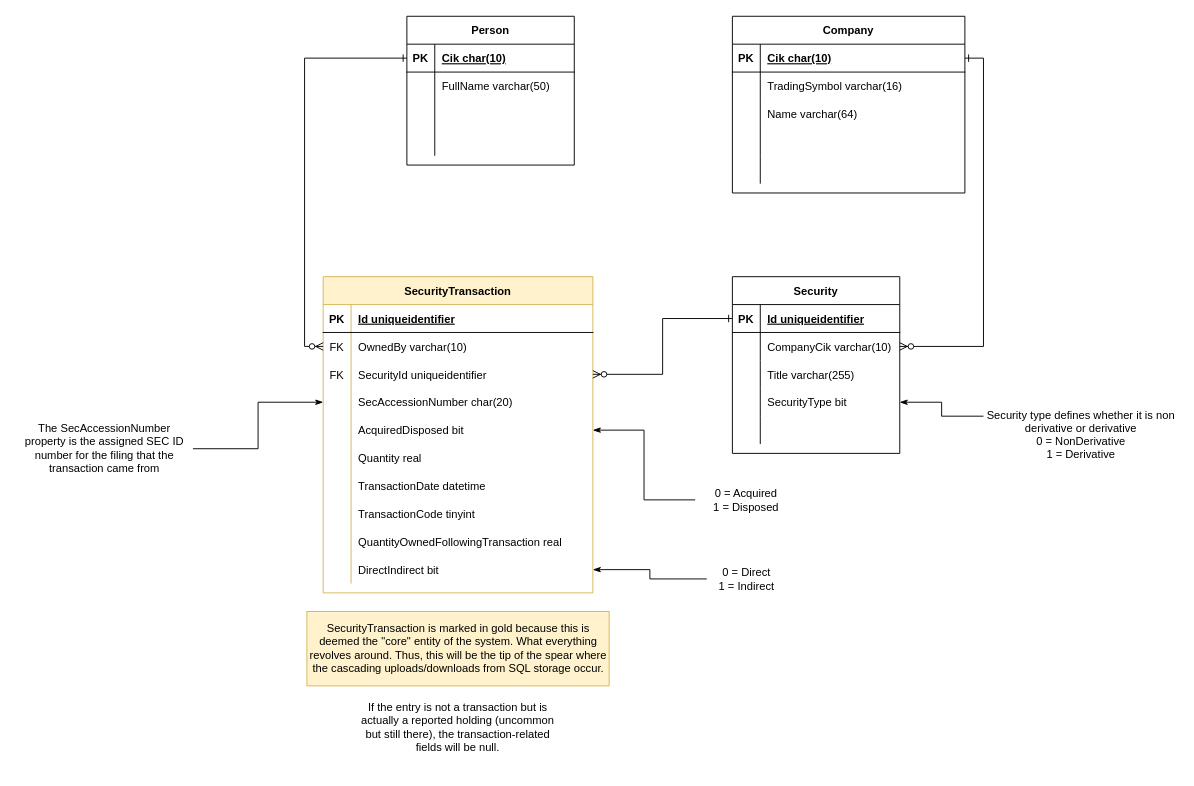
Above: AletheiaErd.drawio in TimHanewich/Aletheia-Engine-Library (draw.io), before the change. Source tidied: cells renumbered, new cells numbered last; positions are measured from the earlier drawing's top-left corner, leaving out a move shared by most shapes. Both pictures are drawn from the tidied source at 93%, with x=0, y=0 at pixel (16, 16).
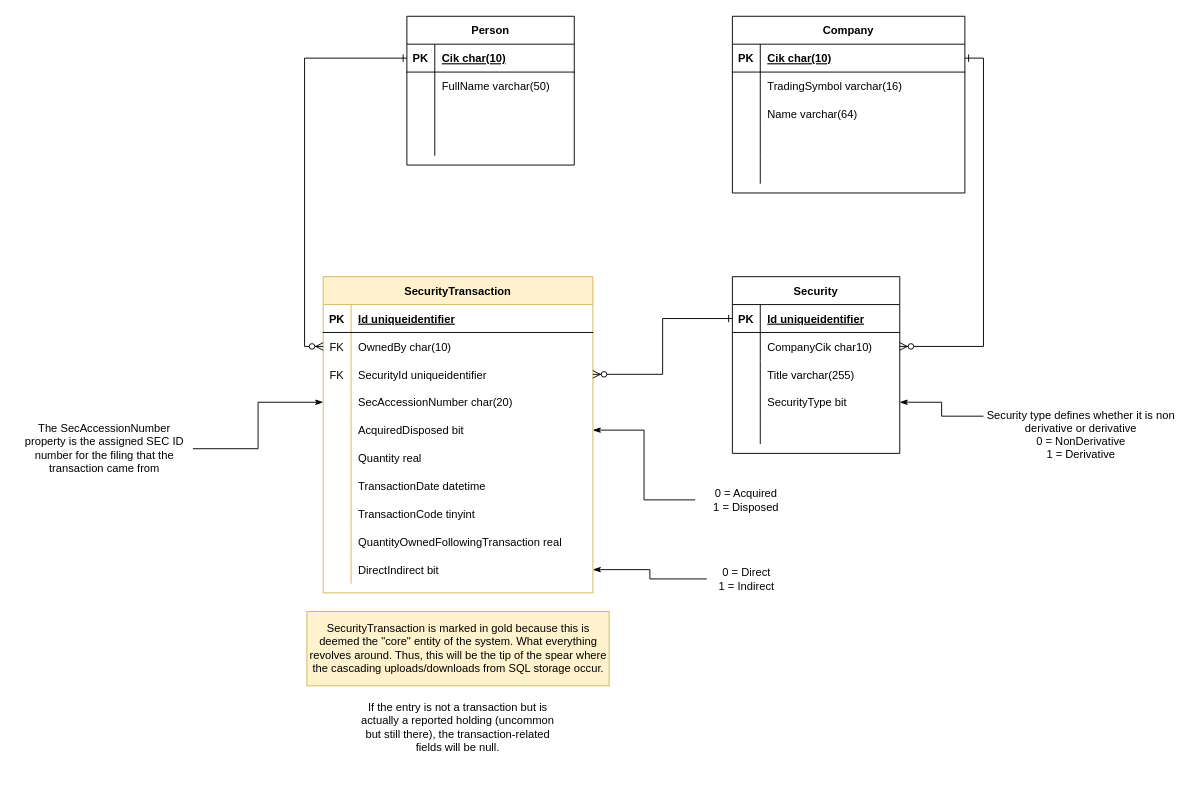
The same page after the edit.

Commit message:
Updated FK in Security Transaction and Security

Unchanged cells that the change refers to:
```xml
<mxCell id="35" style="shape=partialRectangle;fillColor=none;top=0;left=0;bottom=0;right=0;points=[[0,0.5],[1,0.5]];portConstraint=eastwest;" parent="31" vertex="1">
  <mxGeometry y="60" width="180" height="30" as="geometry" />
</mxCell>
<mxCell id="51" style="shape=partialRectangle;fillColor=none;top=0;left=0;bottom=0;right=0;points=[[0,0.5],[1,0.5]];portConstraint=eastwest;" parent="47" vertex="1">
  <mxGeometry y="60" width="290" height="30" as="geometry" />
</mxCell>
```

The edit, as a diff of the source:
```diff
@@
-    <mxCell id="37" value="CompanyCik varchar(10)" style="shape=partialRectangle;fillColor=none;top=0;left=0;bottom=0;right=0;align=left;spacingLeft=6;overflow=hidden;" parent="35" vertex="1">
+    <mxCell id="37" value="CompanyCik char10)" style="shape=partialRectangle;fillColor=none;top=0;left=0;bottom=0;right=0;align=left;spacingLeft=6;overflow=hidden;" parent="35" vertex="1">
       <mxGeometry x="30" width="150" height="30" as="geometry" />
     </mxCell>
@@
-    <mxCell id="53" value="OwnedBy varchar(10)" style="shape=partialRectangle;fillColor=none;top=0;left=0;bottom=0;right=0;align=left;spacingLeft=6;overflow=hidden;" parent="51" vertex="1">
+    <mxCell id="53" value="OwnedBy char(10)" style="shape=partialRectangle;fillColor=none;top=0;left=0;bottom=0;right=0;align=left;spacingLeft=6;overflow=hidden;" parent="51" vertex="1">
       <mxGeometry x="30" width="260" height="30" as="geometry" />
     </mxCell>
```
